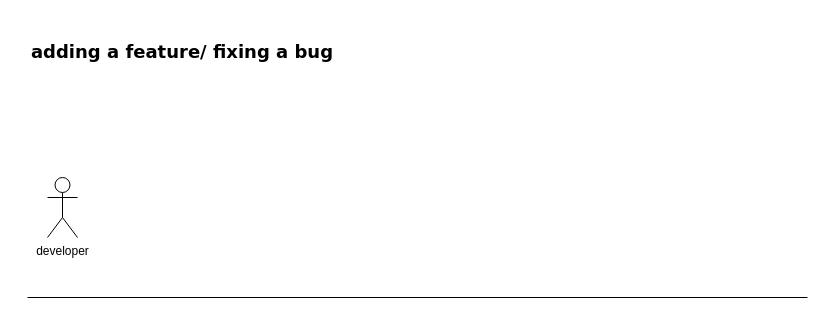
Earlier version of the draw.io diagram gf.drawio (EnAnsari/drawio). Source tidied: cells renumbered, new cells numbered last; positions are measured from the earlier drawing's top-left corner, leaving out a move shared by most shapes. Both pictures are drawn from the tidied source at 100%, with x=0, y=0 at pixel (17, 17).
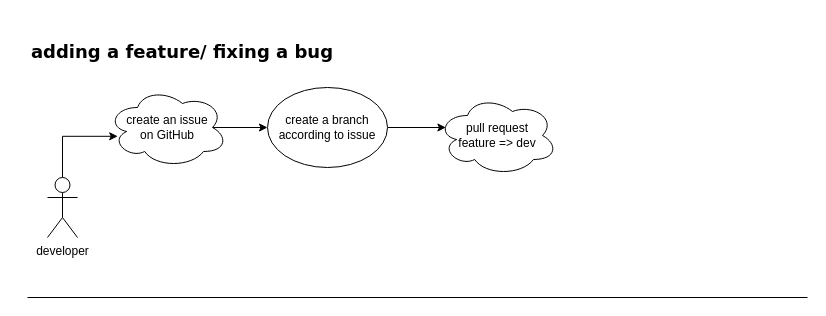
Above is the later version.

Change to the diagram source:
```diff
@@
 <mxGraphModel>
   <root>
     <mxCell id="0" />
     <mxCell id="1" parent="0" />
+    <mxCell id="5" style="edgeStyle=orthogonalEdgeStyle;rounded=0;jettySize=auto;html=1;entryX=0.085;entryY=0.61;entryDx=0;entryDy=0;entryPerimeter=0;" parent="1" edge="1" source="2" target="7">
+      <mxGeometry relative="1" as="geometry">
+        <Array as="points">
+          <mxPoint x="45" y="119" />
+        </Array>
+      </mxGeometry>
+    </mxCell>
     <mxCell id="2" value="developer" style="shape=umlActor;verticalLabelPosition=bottom;verticalAlign=top;html=1;outlineConnect=0;" parent="1" vertex="1">
       <mxGeometry x="30" y="160" width="30" height="60" as="geometry" />
     </mxCell>
     <mxCell id="3" style="endArrow=none;html=1;rounded=0;" parent="1" edge="1">
       <mxGeometry relative="1" as="geometry">
         <mxPoint x="10" y="280" as="sourcePoint" />
         <mxPoint x="790" y="280" as="targetPoint" />
       </mxGeometry>
     </mxCell>
     <mxCell id="4" value="&lt;h2&gt;&lt;font style=&quot;&quot; face=&quot;Verdana&quot;&gt;adding a feature/ fixing a bug&lt;/font&gt;&lt;/h2&gt;" style="text;html=1;align=center;verticalAlign=middle;whiteSpace=wrap;rounded=0;" parent="1" vertex="1">
       <mxGeometry width="330" height="70" as="geometry" />
     </mxCell>
+    <mxCell id="6" style="edgeStyle=orthogonalEdgeStyle;rounded=0;jettySize=auto;html=1;exitX=0.875;exitY=0.5;exitDx=0;exitDy=0;exitPerimeter=0;" parent="1" edge="1" source="7" target="9">
+      <mxGeometry relative="1" as="geometry" />
+    </mxCell>
+    <mxCell id="7" value="create an issue&lt;div&gt;on GitHub&lt;/div&gt;" style="ellipse;shape=cloud;whiteSpace=wrap;html=1;" parent="1" vertex="1">
+      <mxGeometry x="90" y="70" width="120" height="80" as="geometry" />
+    </mxCell>
+    <mxCell id="8" style="edgeStyle=orthogonalEdgeStyle;rounded=0;jettySize=auto;html=1;entryX=0.07;entryY=0.4;entryDx=0;entryDy=0;entryPerimeter=0;" parent="1" edge="1" source="9" target="10">
+      <mxGeometry relative="1" as="geometry" />
+    </mxCell>
+    <mxCell id="9" value="create a branch&lt;div&gt;according to issue&lt;/div&gt;" style="ellipse;whiteSpace=wrap;html=1;" parent="1" vertex="1">
+      <mxGeometry x="250" y="70" width="120" height="80" as="geometry" />
+    </mxCell>
+    <mxCell id="10" value="pull request&lt;div&gt;feature&amp;nbsp;&lt;span style=&quot;background-color: transparent; color: light-dark(rgb(0, 0, 0), rgb(255, 255, 255));&quot;&gt;=&amp;gt; dev&lt;/span&gt;&lt;/div&gt;" style="ellipse;shape=cloud;whiteSpace=wrap;html=1;" parent="1" vertex="1">
+      <mxGeometry x="420" y="78" width="120" height="80" as="geometry" />
+    </mxCell>
   </root>
 </mxGraphModel>
```
